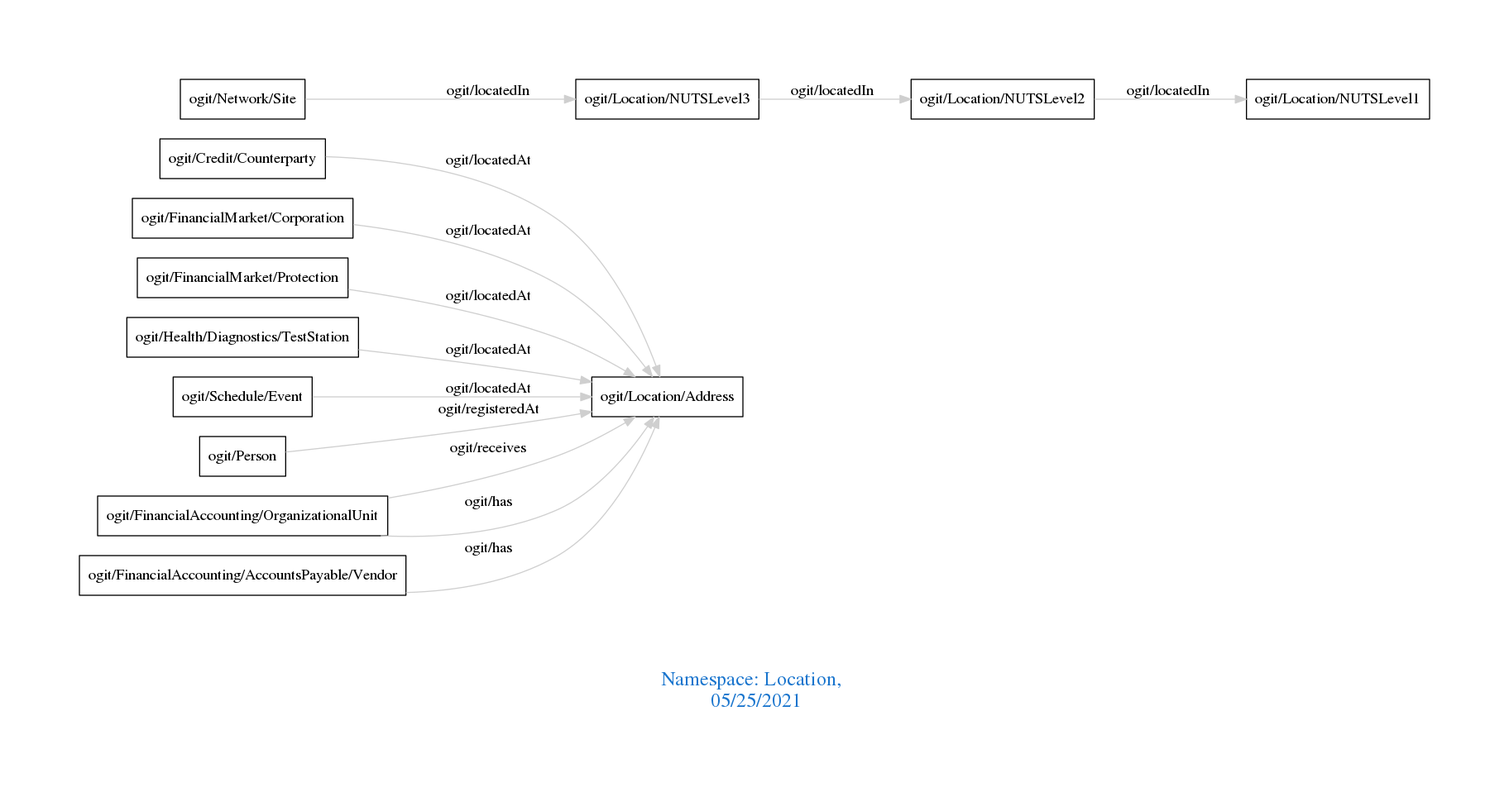
arago/OGIT keeps this Graphviz diagram as downloads/Location.png. Above is the earlier version. Its source is kept beside it as downloads/Location.dot.
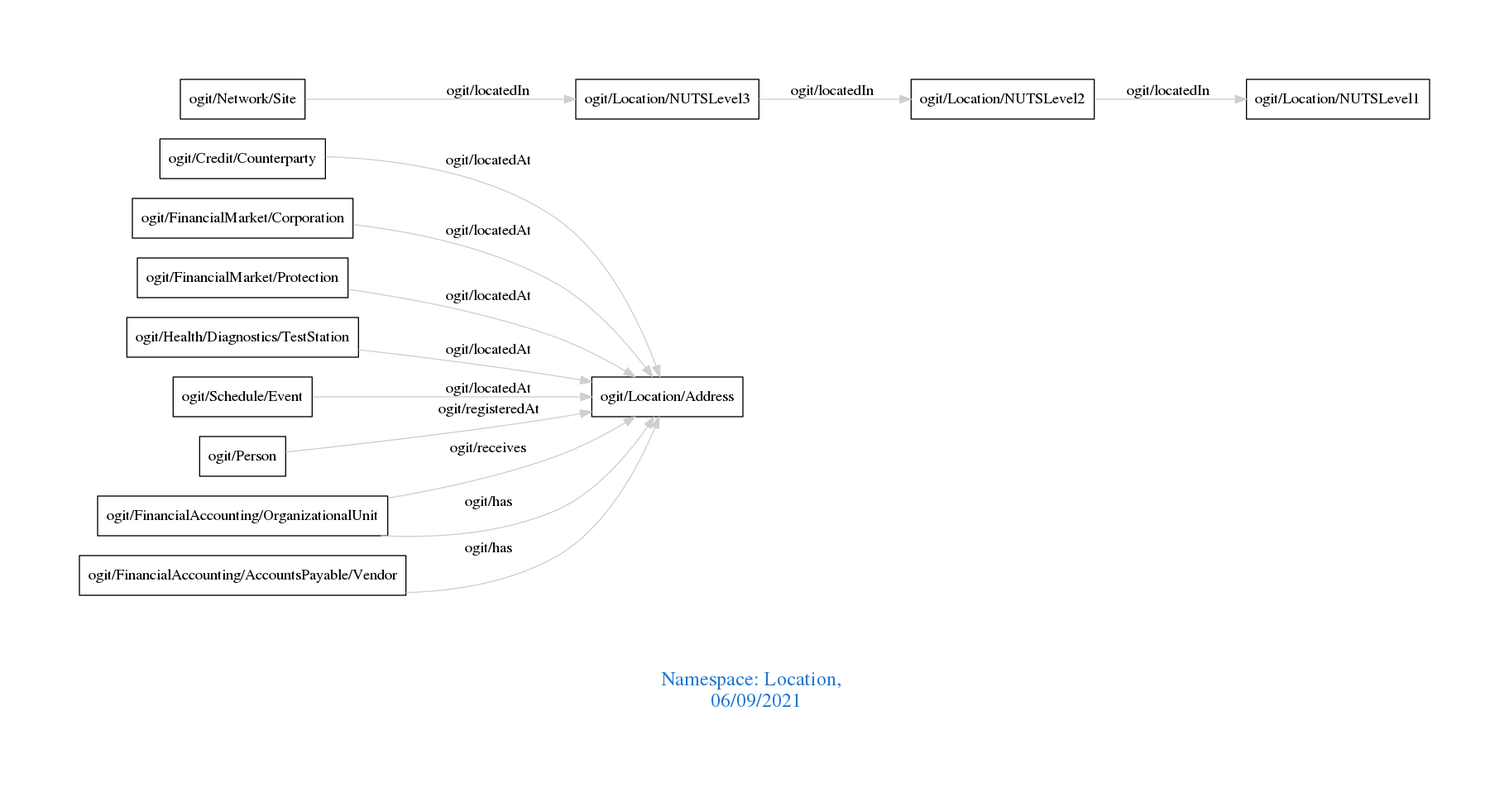
The same diagram one commit later.

Diff of the diagram source:
```diff
@@ -1,7 +1,7 @@
 digraph OGIT_ontology {
  graph [ rankdir= LR,pad=1
 fontsize = 18,
-fontcolor= dodgerblue3,label = "\n\n\nNamespace: Location, \n 05/25/2021"];
+fontcolor= dodgerblue3,label = "\n\n\nNamespace: Location, \n 06/09/2021"];
 node[shape=polygon];
 edge [  color="gray81"];
 
```
